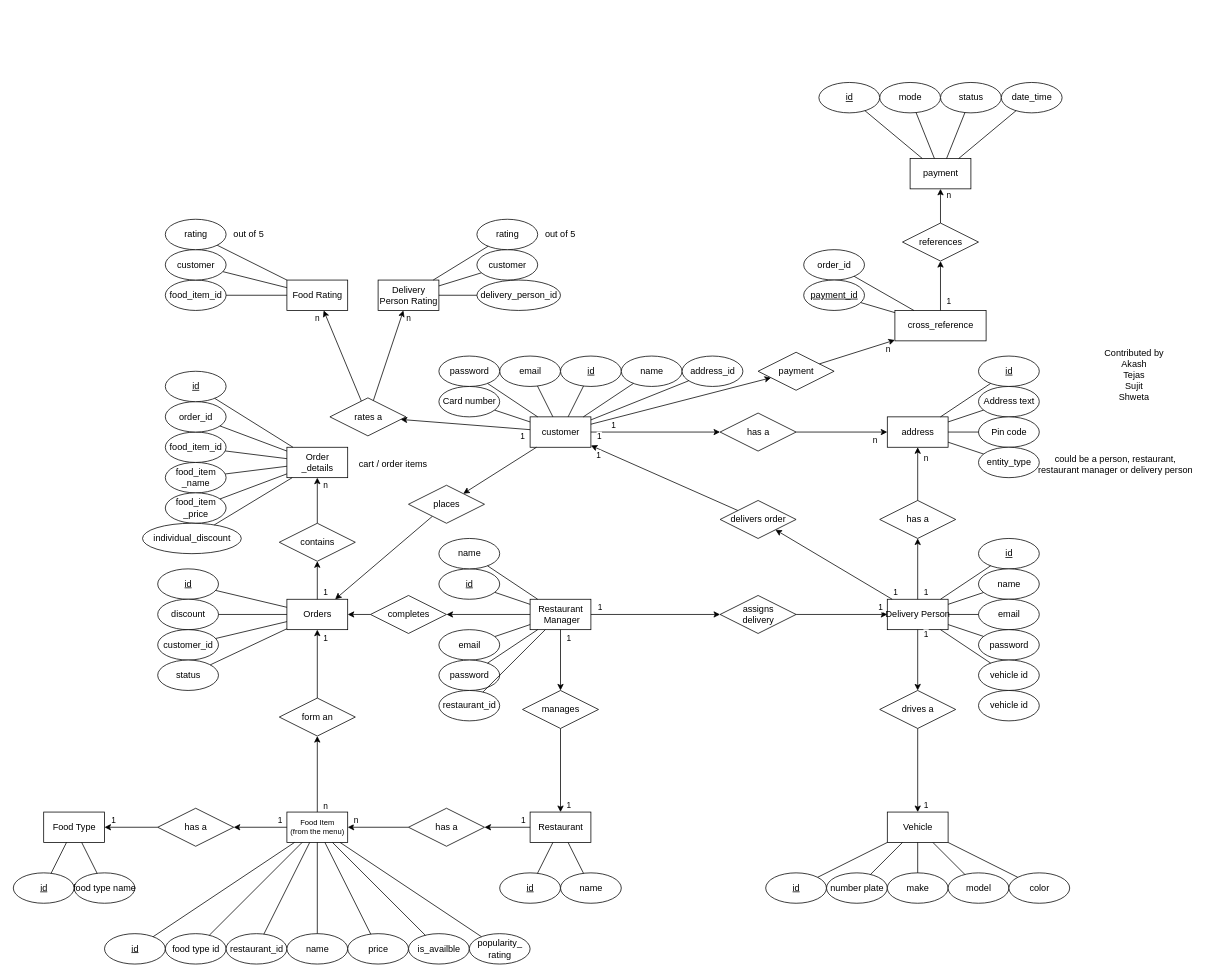
Above: diagrams/ER/ER diagram.drawio in callofthewild/hunger-buzz (draw.io), before the change. Source tidied: cells renumbered, new cells numbered last; positions are measured from the earlier drawing's top-left corner, leaving out a move shared by most shapes. Both pictures are drawn from the tidied source at 76%, with x=0, y=0 at pixel (13, 82).
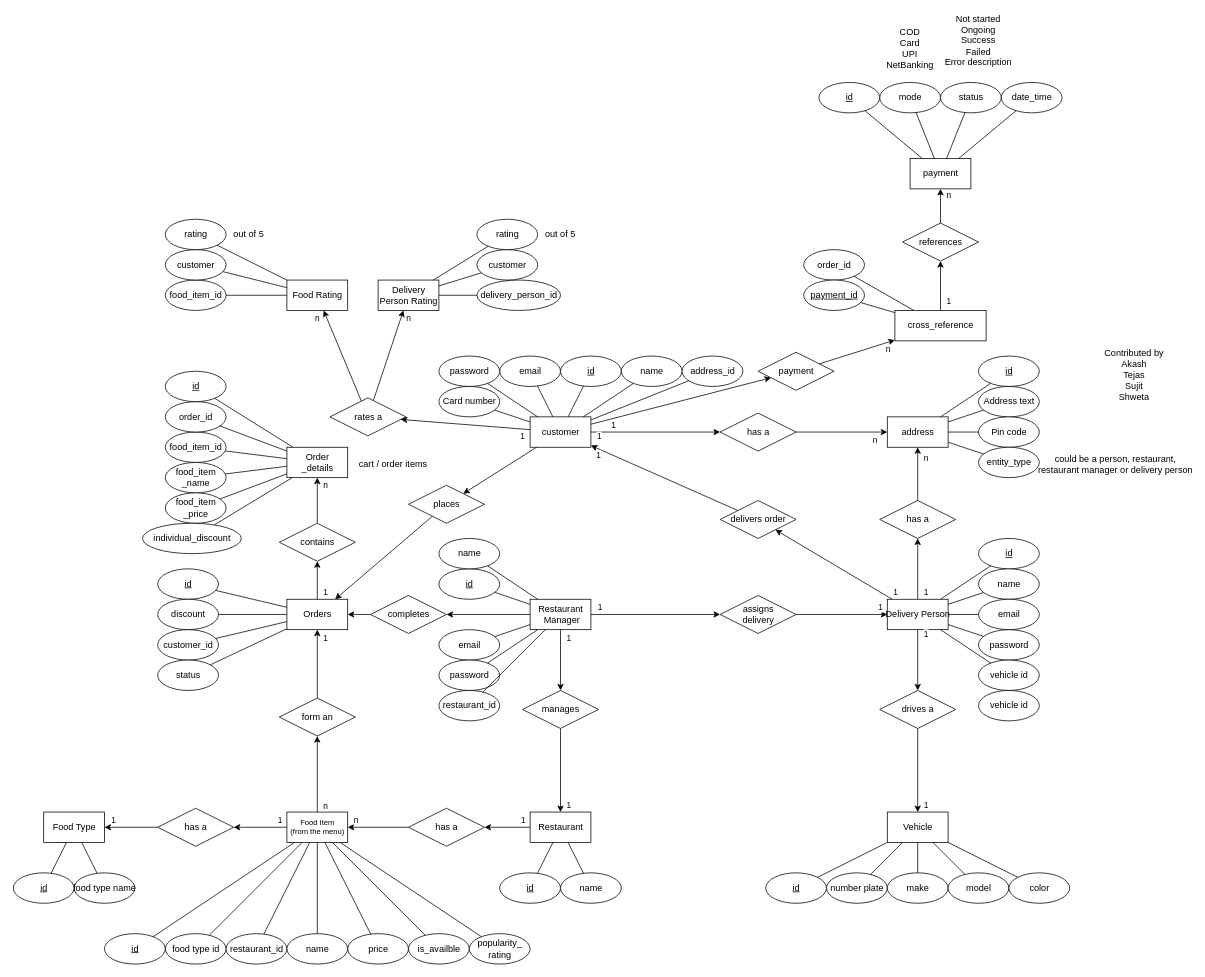
The same page after the edit.

Commit message:
Added mode, status description in payment mode

Change to the diagram source:
```diff
@@
+    <mxCell id="211" value="&lt;div&gt;COD&lt;/div&gt;&lt;div&gt;Card&lt;/div&gt;&lt;div&gt;UPI&lt;br&gt;&lt;/div&gt;&lt;div&gt;NetBanking&lt;br&gt;&lt;/div&gt;" style="text;html=1;strokeColor=none;fillColor=none;align=center;verticalAlign=middle;whiteSpace=wrap;rounded=0;" parent="1" vertex="1">
+      <mxGeometry x="1140" y="-70" width="80" height="50" as="geometry" />
+    </mxCell>
+    <mxCell id="212" value="&lt;div&gt;Not started&lt;/div&gt;&lt;div&gt;Ongoing&lt;/div&gt;&lt;div&gt;Success&lt;/div&gt;&lt;div&gt;Failed&lt;br&gt;&lt;/div&gt;&lt;div&gt;Error description&lt;br&gt;&lt;/div&gt;" style="text;html=1;strokeColor=none;fillColor=none;align=center;verticalAlign=middle;whiteSpace=wrap;rounded=0;" parent="1" vertex="1">
+      <mxGeometry x="1220" y="-90" width="100" height="70" as="geometry" />
+    </mxCell>
```
